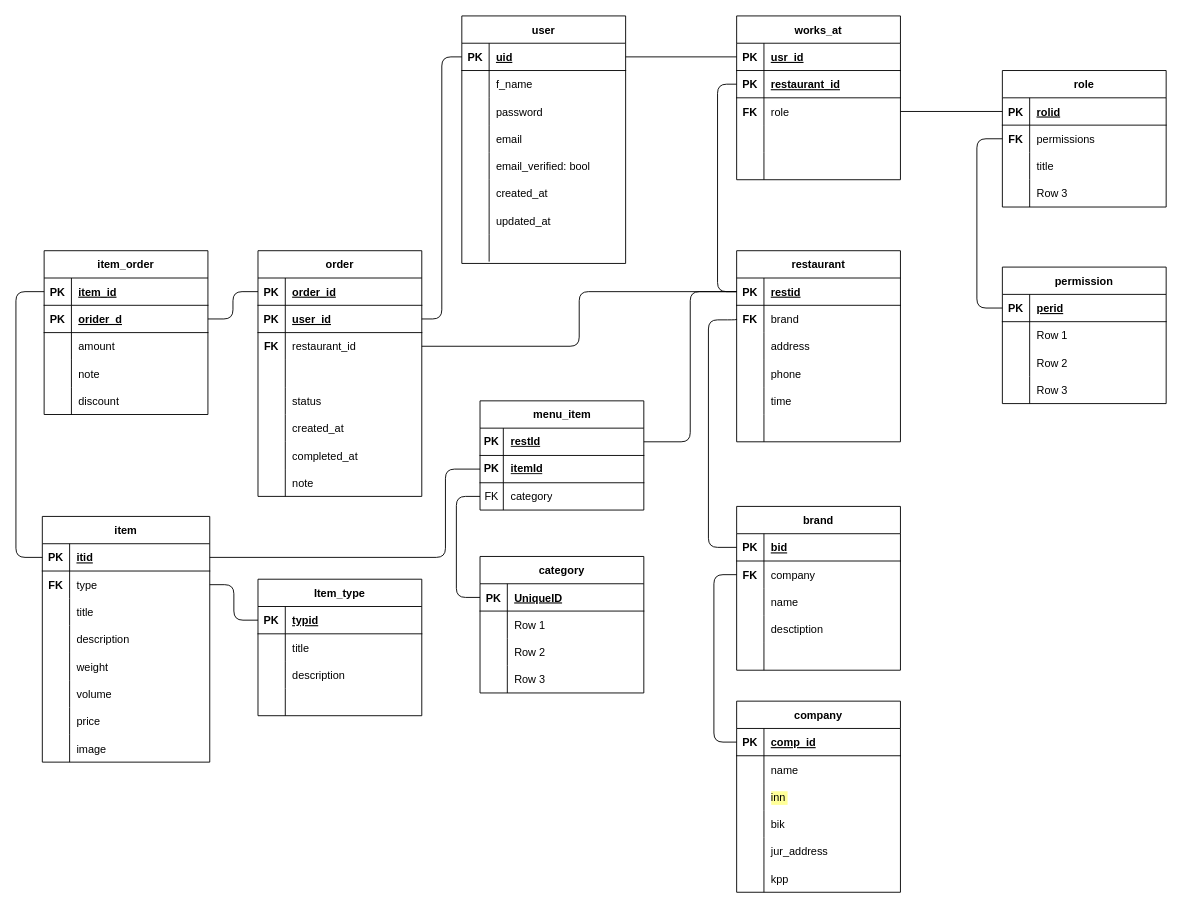
The draw.io diagram dataModel.drawio in MiroslaviPochemuVasTakMnogoTut/food-admin, before the edit. Source tidied: cells renumbered, new cells numbered last; positions are measured from the earlier drawing's top-left corner, leaving out a move shared by most shapes. Both pictures are drawn from the tidied source at 91%, with x=0, y=0 at pixel (15, 15).
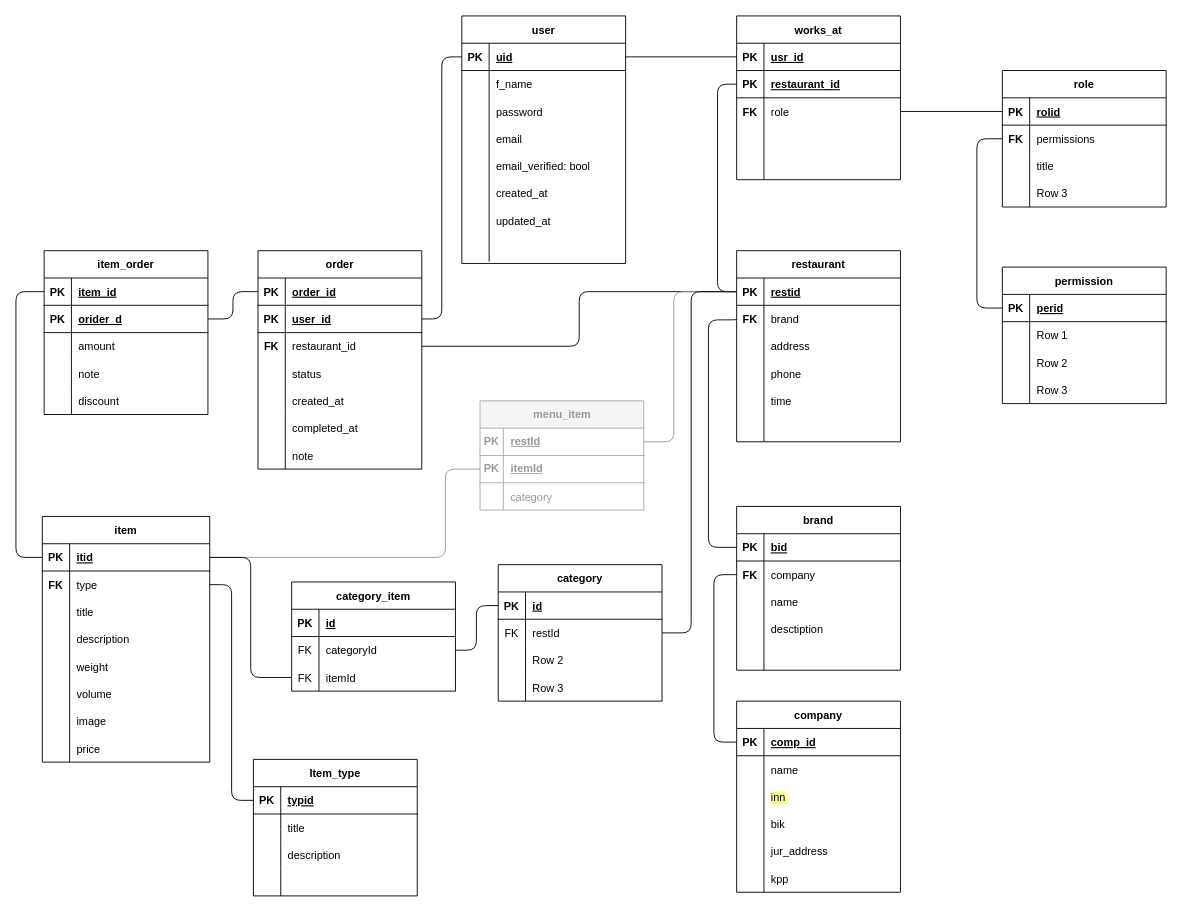
After the change.

Unchanged cells that the change refers to:
```xml
<mxCell id="60" style="shape=tableRow;horizontal=0;startSize=0;swimlaneHead=0;swimlaneBody=0;fillColor=none;points=[[0,0.5],[1,0.5]];portConstraint=eastwest;top=0;left=0;right=0;bottom=1;" parent="59" vertex="1">
  <mxGeometry y="30" width="180" height="30" as="geometry" />
</mxCell>
<mxCell id="139" value="item" style="shape=table;startSize=30;childLayout=tableLayout;rowLines=0;fontStyle=1;align=center;" parent="1" vertex="1">
  <mxGeometry x="29" y="550" width="184" height="270" as="geometry" />
</mxCell>
<mxCell id="140" style="shape=tableRow;horizontal=0;startSize=0;swimlaneHead=0;swimlaneBody=0;fillColor=none;points=[[0,0.5],[1,0.5]];portConstraint=eastwest;top=0;left=0;right=0;bottom=1;" parent="139" vertex="1">
  <mxGeometry y="30" width="184" height="30" as="geometry" />
</mxCell>
<mxCell id="226" style="shape=tableRow;horizontal=0;startSize=0;swimlaneHead=0;swimlaneBody=0;fillColor=none;points=[[0,0.5],[1,0.5]];portConstraint=eastwest;top=0;left=0;right=0;bottom=1;" parent="225" vertex="1">
  <mxGeometry y="30" width="180" height="30" as="geometry" />
</mxCell>
<mxCell id="229" style="shape=tableRow;horizontal=0;startSize=0;swimlaneHead=0;swimlaneBody=0;fillColor=none;points=[[0,0.5],[1,0.5]];portConstraint=eastwest;top=0;left=0;right=0;bottom=0;" parent="225" vertex="1">
  <mxGeometry y="60" width="180" height="30" as="geometry" />
</mxCell>
```

Change to the diagram source:
```diff
@@
     <mxCell id="114" value="order" style="shape=table;startSize=30;childLayout=tableLayout;rowLines=0;fontStyle=1;align=center;" parent="1" vertex="1">
-      <mxGeometry x="266" y="258" width="180" height="270" as="geometry" />
+      <mxGeometry x="266" y="258" width="180" height="240" as="geometry" />
     </mxCell>
@@
-    <mxCell id="124" style="shape=tableRow;horizontal=0;startSize=0;swimlaneHead=0;swimlaneBody=0;fillColor=none;top=0;left=0;right=0;bottom=0;" parent="114" vertex="1">
-      <mxGeometry y="120" width="180" height="30" as="geometry" />
-    </mxCell>
-    <mxCell id="125" style="shape=partialRectangle;fillColor=none;top=0;left=0;bottom=0;right=0;overflow=hidden;" parent="124" vertex="1">
-      <mxGeometry width="30" height="30" as="geometry" />
-    </mxCell>
-    <mxCell id="126" style="shape=partialRectangle;fillColor=none;top=0;left=0;bottom=0;right=0;align=left;spacingLeft=6;overflow=hidden;" parent="124" vertex="1">
-      <mxGeometry x="30" width="150" height="30" as="geometry" />
-    </mxCell>
     <mxCell id="127" style="shape=tableRow;horizontal=0;startSize=0;swimlaneHead=0;swimlaneBody=0;fillColor=none;top=0;left=0;right=0;bottom=0;" parent="114" vertex="1">
-      <mxGeometry y="150" width="180" height="30" as="geometry" />
+      <mxGeometry y="120" width="180" height="30" as="geometry" />
     </mxCell>
@@
     <mxCell id="130" style="shape=tableRow;horizontal=0;startSize=0;swimlaneHead=0;swimlaneBody=0;fillColor=none;top=0;left=0;right=0;bottom=0;" parent="114" vertex="1">
-      <mxGeometry y="180" width="180" height="30" as="geometry" />
+      <mxGeometry y="150" width="180" height="30" as="geometry" />
     </mxCell>
@@
     <mxCell id="133" style="shape=tableRow;horizontal=0;startSize=0;swimlaneHead=0;swimlaneBody=0;fillColor=none;top=0;left=0;right=0;bottom=0;" parent="114" vertex="1">
-      <mxGeometry y="210" width="180" height="30" as="geometry" />
+      <mxGeometry y="180" width="180" height="30" as="geometry" />
     </mxCell>
@@
     <mxCell id="136" style="shape=tableRow;horizontal=0;startSize=0;swimlaneHead=0;swimlaneBody=0;fillColor=none;top=0;left=0;right=0;bottom=0;" parent="114" vertex="1">
-      <mxGeometry y="240" width="180" height="30" as="geometry" />
+      <mxGeometry y="210" width="180" height="30" as="geometry" />
     </mxCell>
@@
-    <mxCell id="158" style="shape=tableRow;horizontal=0;startSize=0;swimlaneHead=0;swimlaneBody=0;fillColor=none;top=0;left=0;right=0;bottom=0;" parent="139" vertex="1">
-      <mxGeometry y="210" width="184" height="30" as="geometry" />
-    </mxCell>
-    <mxCell id="159" style="shape=partialRectangle;fillColor=none;top=0;left=0;bottom=0;right=0;overflow=hidden;" parent="158" vertex="1">
-      <mxGeometry width="30" height="30" as="geometry" />
-    </mxCell>
-    <mxCell id="160" value="price" style="shape=partialRectangle;fillColor=none;top=0;left=0;bottom=0;right=0;align=left;spacingLeft=6;overflow=hidden;" parent="158" vertex="1">
-      <mxGeometry x="30" width="154" height="30" as="geometry" />
-    </mxCell>
     <mxCell id="161" style="shape=tableRow;horizontal=0;startSize=0;swimlaneHead=0;swimlaneBody=0;fillColor=none;top=0;left=0;right=0;bottom=0;" parent="139" vertex="1">
-      <mxGeometry y="240" width="184" height="30" as="geometry" />
+      <mxGeometry y="210" width="184" height="30" as="geometry" />
     </mxCell>
@@
+    <mxCell id="124" style="shape=tableRow;horizontal=0;startSize=0;swimlaneHead=0;swimlaneBody=0;fillColor=none;top=0;left=0;right=0;bottom=0;" parent="139" vertex="1">
+      <mxGeometry y="240" width="184" height="30" as="geometry" />
+    </mxCell>
+    <mxCell id="125" style="shape=partialRectangle;fillColor=none;top=0;left=0;bottom=0;right=0;overflow=hidden;" parent="124" vertex="1">
+      <mxGeometry width="30" height="30" as="geometry" />
+    </mxCell>
+    <mxCell id="126" value="price" style="shape=partialRectangle;fillColor=none;top=0;left=0;bottom=0;right=0;align=left;spacingLeft=6;overflow=hidden;" parent="124" vertex="1">
+      <mxGeometry x="30" width="154" height="30" as="geometry" />
+    </mxCell>
@@
     <mxCell id="200" value="Item_type" style="shape=table;startSize=30;childLayout=tableLayout;rowLines=0;fontStyle=1;align=center;" parent="1" vertex="1">
-      <mxGeometry x="266" y="619" width="180" height="150" as="geometry" />
+      <mxGeometry x="261" y="817" width="180" height="150" as="geometry" />
     </mxCell>
@@
-    <mxCell id="213" value="menu_item" style="shape=table;startSize=30;childLayout=tableLayout;rowLines=0;fontStyle=1;align=center;html=1;" parent="1" vertex="1">
+    <mxCell id="213" value="menu_item" style="shape=table;startSize=30;childLayout=tableLayout;rowLines=0;fontStyle=1;align=center;html=1;fillColor=#f5f5f5;strokeColor=#ABABAB;fontColor=#999999;" parent="1" vertex="1">
       <mxGeometry x="510" y="423" width="180" height="120" as="geometry" />
     </mxCell>
-    <mxCell id="214" style="shape=tableRow;horizontal=0;startSize=0;swimlaneHead=0;swimlaneBody=0;fillColor=none;points=[[0,0.5],[1,0.5]];portConstraint=eastwest;top=0;left=0;right=0;bottom=1;" parent="213" vertex="1">
+    <mxCell id="214" style="shape=tableRow;horizontal=0;startSize=0;swimlaneHead=0;swimlaneBody=0;fillColor=none;points=[[0,0.5],[1,0.5]];portConstraint=eastwest;top=0;left=0;right=0;bottom=1;strokeColor=#ABABAB;fontColor=#999999;" parent="213" vertex="1">
       <mxGeometry y="30" width="180" height="30" as="geometry" />
     </mxCell>
-    <mxCell id="215" value="PK" style="shape=partialRectangle;fillColor=none;top=0;left=0;bottom=0;right=0;fontStyle=1;overflow=hidden;whiteSpace=wrap;html=1;" parent="214" vertex="1">
+    <mxCell id="215" value="PK" style="shape=partialRectangle;fillColor=none;top=0;left=0;bottom=0;right=0;fontStyle=1;overflow=hidden;whiteSpace=wrap;html=1;strokeColor=#ABABAB;fontColor=#999999;" parent="214" vertex="1">
       <mxGeometry width="25.6" height="30" as="geometry" />
     </mxCell>
-    <mxCell id="216" value="restId" style="shape=partialRectangle;fillColor=none;top=0;left=0;bottom=0;right=0;align=left;spacingLeft=6;fontStyle=5;overflow=hidden;whiteSpace=wrap;html=1;" parent="214" vertex="1">
+    <mxCell id="216" value="restId" style="shape=partialRectangle;fillColor=none;top=0;left=0;bottom=0;right=0;align=left;spacingLeft=6;fontStyle=5;overflow=hidden;whiteSpace=wrap;html=1;strokeColor=#ABABAB;fontColor=#999999;" parent="214" vertex="1">
       <mxGeometry x="25.6" width="154.4" height="30" as="geometry" />
     </mxCell>
-    <mxCell id="217" style="shape=tableRow;horizontal=0;startSize=0;swimlaneHead=0;swimlaneBody=0;fillColor=none;points=[[0,0.5],[1,0.5]];portConstraint=eastwest;top=0;left=0;right=0;bottom=1;" parent="213" vertex="1">
+    <mxCell id="217" style="shape=tableRow;horizontal=0;startSize=0;swimlaneHead=0;swimlaneBody=0;fillColor=none;points=[[0,0.5],[1,0.5]];portConstraint=eastwest;top=0;left=0;right=0;bottom=1;strokeColor=#ABABAB;fontColor=#999999;" parent="213" vertex="1">
       <mxGeometry y="60" width="180" height="30" as="geometry" />
     </mxCell>
-    <mxCell id="218" value="PK" style="shape=partialRectangle;fillColor=none;top=0;left=0;bottom=0;right=0;fontStyle=1;overflow=hidden;whiteSpace=wrap;html=1;" parent="217" vertex="1">
+    <mxCell id="218" value="PK" style="shape=partialRectangle;fillColor=none;top=0;left=0;bottom=0;right=0;fontStyle=1;overflow=hidden;whiteSpace=wrap;html=1;strokeColor=#ABABAB;fontColor=#999999;" parent="217" vertex="1">
       <mxGeometry width="25.6" height="30" as="geometry" />
     </mxCell>
-    <mxCell id="219" value="itemId" style="shape=partialRectangle;fillColor=none;top=0;left=0;bottom=0;right=0;align=left;spacingLeft=6;fontStyle=5;overflow=hidden;whiteSpace=wrap;html=1;" parent="217" vertex="1">
+    <mxCell id="219" value="itemId" style="shape=partialRectangle;fillColor=none;top=0;left=0;bottom=0;right=0;align=left;spacingLeft=6;fontStyle=5;overflow=hidden;whiteSpace=wrap;html=1;strokeColor=#ABABAB;fontColor=#999999;" parent="217" vertex="1">
       <mxGeometry x="25.6" width="154.4" height="30" as="geometry" />
     </mxCell>
-    <mxCell id="220" style="shape=tableRow;horizontal=0;startSize=0;swimlaneHead=0;swimlaneBody=0;fillColor=none;points=[[0,0.5],[1,0.5]];portConstraint=eastwest;top=0;left=0;right=0;bottom=0;" parent="213" vertex="1">
-      <mxGeometry y="90" width="180" height="30" as="geometry" />
-    </mxCell>
-    <mxCell id="221" value="FK" style="shape=partialRectangle;fillColor=none;top=0;left=0;bottom=0;right=0;overflow=hidden;whiteSpace=wrap;html=1;" parent="220" vertex="1">
-      <mxGeometry width="25.6" height="30" as="geometry" />
-    </mxCell>
-    <mxCell id="222" value="category" style="shape=partialRectangle;fillColor=none;top=0;left=0;bottom=0;right=0;align=left;spacingLeft=6;overflow=hidden;whiteSpace=wrap;html=1;" parent="220" vertex="1">
-      <mxGeometry x="25.6" width="154.4" height="30" as="geometry" />
-    </mxCell>
+    <mxCell id="158" style="shape=tableRow;horizontal=0;startSize=0;swimlaneHead=0;swimlaneBody=0;fillColor=none;top=0;left=0;right=0;bottom=0;strokeColor=#ABABAB;fontColor=#999999;" parent="213" vertex="1">
+      <mxGeometry y="90" width="180" height="30" as="geometry" />
+    </mxCell>
+    <mxCell id="159" style="shape=partialRectangle;fillColor=none;top=0;left=0;bottom=0;right=0;overflow=hidden;strokeColor=#ABABAB;fontColor=#999999;" parent="158" vertex="1">
+      <mxGeometry width="25.6" height="30" as="geometry" />
+    </mxCell>
+    <mxCell id="160" value="category" style="shape=partialRectangle;fillColor=none;top=0;left=0;bottom=0;right=0;align=left;spacingLeft=6;overflow=hidden;strokeColor=#ABABAB;fontColor=#999999;" parent="158" vertex="1">
+      <mxGeometry x="25.6" width="154.4" height="30" as="geometry" />
+    </mxCell>
-    <mxCell id="223" style="edgeStyle=orthogonalEdgeStyle;html=1;exitX=1;exitY=0.5;exitDx=0;exitDy=0;entryX=0;entryY=0.5;entryDx=0;entryDy=0;endArrow=none;endFill=0;" parent="1" edge="1" source="214" target="60">
-      <mxGeometry relative="1" as="geometry" />
+    <mxCell id="223" style="edgeStyle=orthogonalEdgeStyle;html=1;exitX=1;exitY=0.5;exitDx=0;exitDy=0;entryX=0;entryY=0.5;entryDx=0;entryDy=0;endArrow=none;endFill=0;strokeColor=#999999;" parent="1" edge="1" source="214" target="60">
+      <mxGeometry relative="1" as="geometry">
+        <Array as="points">
+          <mxPoint x="723" y="468" />
+          <mxPoint x="723" y="303" />
+        </Array>
+      </mxGeometry>
     </mxCell>
-    <mxCell id="224" style="edgeStyle=orthogonalEdgeStyle;html=1;exitX=0;exitY=0.5;exitDx=0;exitDy=0;entryX=1;entryY=0.5;entryDx=0;entryDy=0;endArrow=none;endFill=0;" parent="1" edge="1" source="217" target="140">
+    <mxCell id="224" style="edgeStyle=orthogonalEdgeStyle;html=1;exitX=0;exitY=0.5;exitDx=0;exitDy=0;entryX=1;entryY=0.5;entryDx=0;entryDy=0;endArrow=none;endFill=0;strokeColor=#999999;" parent="1" edge="1" source="217" target="140">
       <mxGeometry relative="1" as="geometry">
         <Array as="points">
           <mxPoint x="472" y="498" />
           <mxPoint x="472" y="595" />
         </Array>
       </mxGeometry>
     </mxCell>
     <mxCell id="225" value="category" style="shape=table;startSize=30;childLayout=tableLayout;rowLines=0;fontStyle=1;align=center;" parent="1" vertex="1">
-      <mxGeometry x="510" y="594" width="180" height="150" as="geometry" />
+      <mxGeometry x="530" y="603" width="180" height="150" as="geometry" />
     </mxCell>
@@
-    <mxCell id="228" value="UniqueID" style="shape=partialRectangle;fillColor=none;top=0;left=0;bottom=0;right=0;align=left;spacingLeft=6;fontStyle=5;overflow=hidden;" parent="226" vertex="1">
+    <mxCell id="228" value="id" style="shape=partialRectangle;fillColor=none;top=0;left=0;bottom=0;right=0;align=left;spacingLeft=6;fontStyle=5;overflow=hidden;" parent="226" vertex="1">
       <mxGeometry x="30" width="150" height="30" as="geometry" />
     </mxCell>
@@
-    <mxCell id="230" style="shape=partialRectangle;fillColor=none;top=0;left=0;bottom=0;right=0;overflow=hidden;" parent="229" vertex="1">
+    <mxCell id="230" value="FK" style="shape=partialRectangle;fillColor=none;top=0;left=0;bottom=0;right=0;overflow=hidden;" parent="229" vertex="1">
       <mxGeometry width="30" height="30" as="geometry" />
     </mxCell>
-    <mxCell id="231" value="Row 1" style="shape=partialRectangle;fillColor=none;top=0;left=0;bottom=0;right=0;align=left;spacingLeft=6;overflow=hidden;" parent="229" vertex="1">
+    <mxCell id="231" value="restId" style="shape=partialRectangle;fillColor=none;top=0;left=0;bottom=0;right=0;align=left;spacingLeft=6;overflow=hidden;" parent="229" vertex="1">
       <mxGeometry x="30" width="150" height="30" as="geometry" />
     </mxCell>
@@
-    <mxCell id="238" style="edgeStyle=orthogonalEdgeStyle;html=1;exitX=0;exitY=0.5;exitDx=0;exitDy=0;entryX=0;entryY=0.5;entryDx=0;entryDy=0;endArrow=none;endFill=0;" parent="1" edge="1" source="220" target="226">
-      <mxGeometry relative="1" as="geometry">
-        <Array as="points">
-          <mxPoint x="484" y="528" />
-          <mxPoint x="484" y="639" />
-        </Array>
-      </mxGeometry>
-    </mxCell>
+    <mxCell id="239" style="edgeStyle=orthogonalEdgeStyle;html=1;exitX=1;exitY=0.5;exitDx=0;exitDy=0;entryX=0;entryY=0.5;entryDx=0;entryDy=0;endArrow=none;endFill=0;" parent="1" edge="1" source="229" target="60">
+      <mxGeometry relative="1" as="geometry">
+        <Array as="points">
+          <mxPoint x="742" y="678" />
+          <mxPoint x="742" y="303" />
+        </Array>
+      </mxGeometry>
+    </mxCell>
+    <mxCell id="240" value="category_item" style="shape=table;startSize=30;childLayout=tableLayout;rowLines=0;fontStyle=1;align=center;" parent="1" vertex="1">
+      <mxGeometry x="303" y="622" width="180" height="120" as="geometry" />
+    </mxCell>
+    <mxCell id="241" style="shape=tableRow;horizontal=0;startSize=0;swimlaneHead=0;swimlaneBody=0;fillColor=none;top=0;left=0;right=0;bottom=1;" parent="240" vertex="1">
+      <mxGeometry y="30" width="180" height="30" as="geometry" />
+    </mxCell>
+    <mxCell id="242" value="PK" style="shape=partialRectangle;fillColor=none;top=0;left=0;bottom=0;right=0;fontStyle=1;overflow=hidden;" parent="241" vertex="1">
+      <mxGeometry width="30" height="30" as="geometry" />
+    </mxCell>
+    <mxCell id="243" value="id" style="shape=partialRectangle;fillColor=none;top=0;left=0;bottom=0;right=0;align=left;spacingLeft=6;fontStyle=5;overflow=hidden;" parent="241" vertex="1">
+      <mxGeometry x="30" width="150" height="30" as="geometry" />
+    </mxCell>
+    <mxCell id="244" style="shape=tableRow;horizontal=0;startSize=0;swimlaneHead=0;swimlaneBody=0;fillColor=none;points=[[0,0.5],[1,0.5]];portConstraint=eastwest;top=0;left=0;right=0;bottom=0;" parent="240" vertex="1">
+      <mxGeometry y="60" width="180" height="30" as="geometry" />
+    </mxCell>
+    <mxCell id="245" value="FK" style="shape=partialRectangle;fillColor=none;top=0;left=0;bottom=0;right=0;overflow=hidden;" parent="244" vertex="1">
+      <mxGeometry width="30" height="30" as="geometry" />
+    </mxCell>
+    <mxCell id="246" value="categoryId" style="shape=partialRectangle;fillColor=none;top=0;left=0;bottom=0;right=0;align=left;spacingLeft=6;overflow=hidden;" parent="244" vertex="1">
+      <mxGeometry x="30" width="150" height="30" as="geometry" />
+    </mxCell>
+    <mxCell id="220" style="shape=tableRow;horizontal=0;startSize=0;swimlaneHead=0;swimlaneBody=0;fillColor=none;points=[[0,0.5],[1,0.5]];portConstraint=eastwest;top=0;left=0;right=0;bottom=0;" parent="240" vertex="1">
+      <mxGeometry y="90" width="180" height="30" as="geometry" />
+    </mxCell>
+    <mxCell id="247" value="FK" style="shape=partialRectangle;fillColor=none;top=0;left=0;bottom=0;right=0;overflow=hidden;" parent="220" vertex="1">
+      <mxGeometry width="30" height="30" as="geometry" />
+    </mxCell>
+    <mxCell id="248" value="itemId" style="shape=partialRectangle;fillColor=none;top=0;left=0;bottom=0;right=0;align=left;spacingLeft=6;overflow=hidden;" parent="220" vertex="1">
+      <mxGeometry x="30" width="150" height="30" as="geometry" />
+    </mxCell>
+    <mxCell id="249" style="edgeStyle=orthogonalEdgeStyle;html=1;exitX=0;exitY=0.5;exitDx=0;exitDy=0;entryX=1;entryY=0.5;entryDx=0;entryDy=0;endArrow=none;endFill=0;" parent="1" edge="1" source="220" target="140">
+      <mxGeometry relative="1" as="geometry" />
+    </mxCell>
+    <mxCell id="250" style="edgeStyle=orthogonalEdgeStyle;html=1;exitX=1;exitY=0.5;exitDx=0;exitDy=0;entryX=0;entryY=0.5;entryDx=0;entryDy=0;endArrow=none;endFill=0;" parent="1" edge="1" source="244" target="226">
+      <mxGeometry relative="1" as="geometry">
+        <Array as="points">
+          <mxPoint x="506" y="697" />
+          <mxPoint x="506" y="648" />
+        </Array>
+      </mxGeometry>
+    </mxCell>
```
